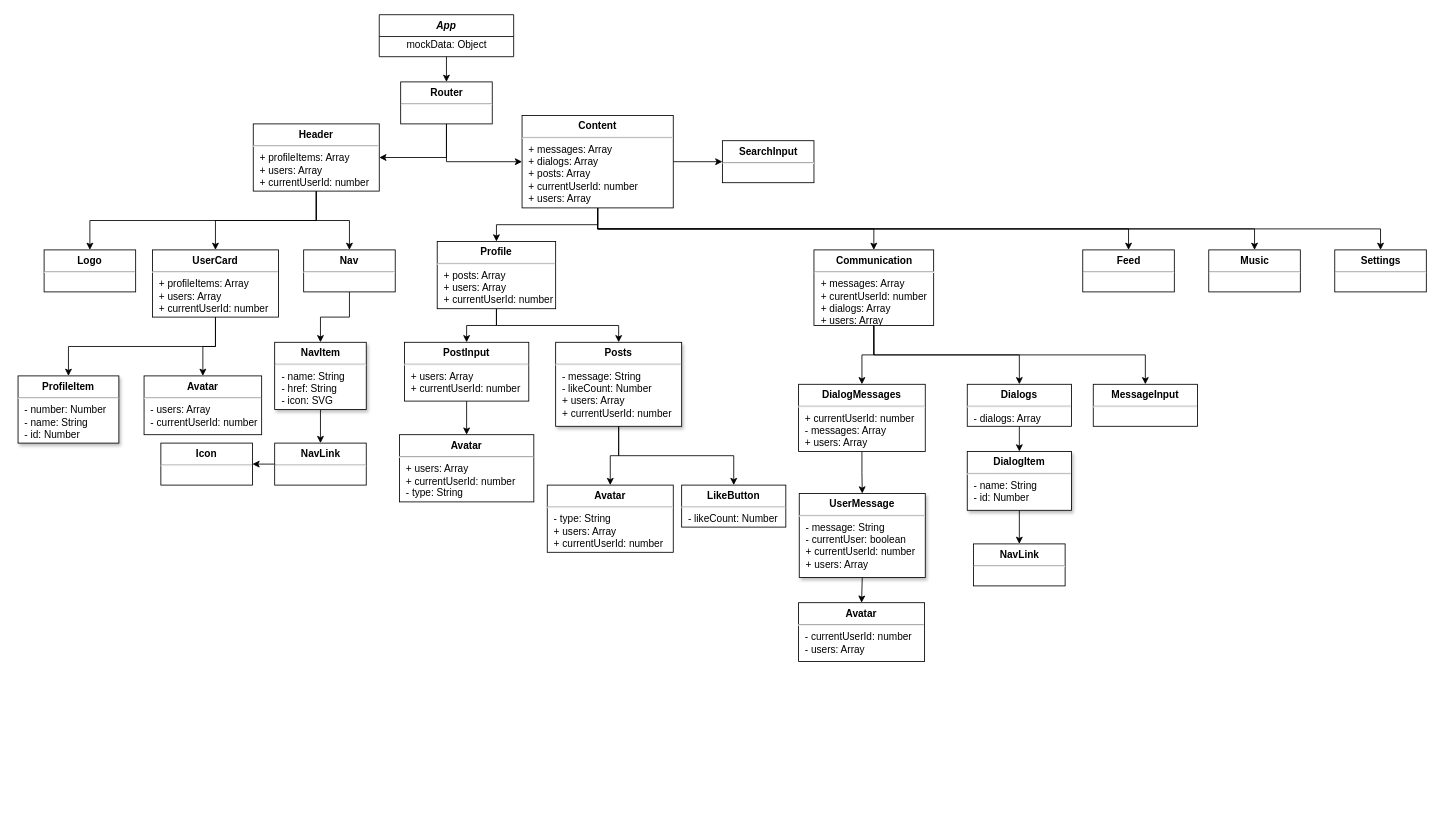
The draw.io diagram Untitled Diagram.drawio in PsarewIvan/react-challenge-itcamasutra, before the edit. Source tidied: cells renumbered, new cells numbered last; positions are measured from the earlier drawing's top-left corner, leaving out a move shared by most shapes. Both pictures are drawn from the tidied source at 84%, with x=0, y=0 at pixel (18, 14).
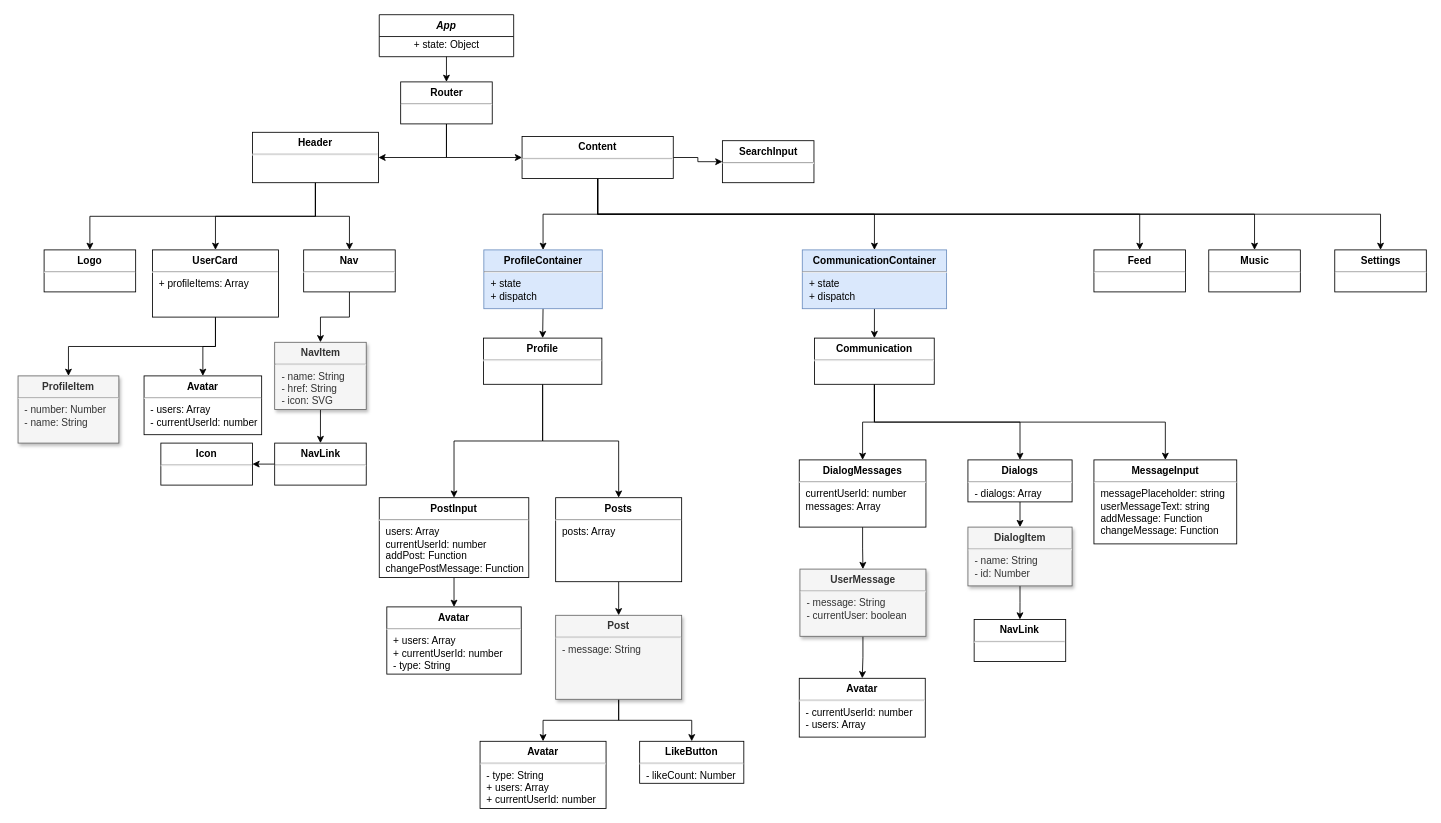
After the change.

Commit message:
Apdated props, added container

Unchanged cells that the change refers to:
```xml
<mxCell id="3" value="App" style="swimlane;fontStyle=3;align=center;verticalAlign=top;horizontal=1;startSize=26;rounded=0;shadow=0;strokeWidth=1;" parent="1" vertex="1">
  <mxGeometry x="430" width="160" height="50" as="geometry" />
</mxCell>
```

What changed in the source:
```diff
@@
-    <mxCell id="4" value="mockData: Object" style="text;html=1;align=center;verticalAlign=middle;" parent="3" vertex="1">
+    <mxCell id="4" value="+ state: Object" style="text;html=1;align=center;verticalAlign=middle;" parent="3" vertex="1">
       <mxGeometry y="26" width="160" height="20" as="geometry" />
     </mxCell>
@@
-    <mxCell id="8" value="&lt;p style=&quot;margin: 0px ; margin-top: 6px ; text-align: center&quot;&gt;&lt;b&gt;Header&lt;/b&gt;&lt;/p&gt;&lt;hr&gt;&lt;p style=&quot;margin: 0px ; margin-left: 8px&quot;&gt;+ profileItems: Array&lt;/p&gt;&lt;p style=&quot;margin: 0px 0px 0px 8px&quot;&gt;+ users: Array&lt;/p&gt;&lt;p style=&quot;margin: 0px 0px 0px 8px&quot;&gt;+ currentUserId: number&lt;/p&gt;" style="align=left;overflow=fill;html=1;" parent="1" vertex="1">
-      <mxGeometry x="280" y="130" width="150" height="80" as="geometry" />
+    <mxCell id="8" value="&lt;p style=&quot;margin: 0px ; margin-top: 6px ; text-align: center&quot;&gt;&lt;b&gt;Header&lt;/b&gt;&lt;/p&gt;&lt;hr&gt;&lt;p style=&quot;margin: 0px ; margin-left: 8px&quot;&gt;&lt;br&gt;&lt;/p&gt;" style="align=left;overflow=fill;html=1;" parent="1" vertex="1">
+      <mxGeometry x="279" y="140" width="150" height="60" as="geometry" />
     </mxCell>
@@
-    <mxCell id="13" style="edgeStyle=orthogonalEdgeStyle;rounded=0;jettySize=auto;html=1;exitX=0.5;exitY=1;exitDx=0;exitDy=0;entryX=0.5;entryY=0;entryDx=0;entryDy=0;" parent="1" edge="1" source="15" target="39">
-      <mxGeometry relative="1" as="geometry" />
-    </mxCell>
-    <mxCell id="14" style="edgeStyle=orthogonalEdgeStyle;rounded=0;jettySize=auto;html=1;exitX=0.5;exitY=1;exitDx=0;exitDy=0;entryX=0.5;entryY=0;entryDx=0;entryDy=0;" parent="1" edge="1" source="15" target="35">
-      <mxGeometry relative="1" as="geometry" />
-    </mxCell>
+    <mxCell id="62" style="edgeStyle=orthogonalEdgeStyle;rounded=0;jettySize=auto;html=1;exitX=0.5;exitY=1;exitDx=0;exitDy=0;entryX=0.5;entryY=0;entryDx=0;entryDy=0;" parent="1" edge="1" source="15" target="69">
+      <mxGeometry relative="1" as="geometry" />
+    </mxCell>
+    <mxCell id="63" style="edgeStyle=orthogonalEdgeStyle;rounded=0;jettySize=auto;html=1;exitX=0.5;exitY=1;exitDx=0;exitDy=0;entryX=0.5;entryY=0;entryDx=0;entryDy=0;" parent="1" edge="1" source="15" target="71">
+      <mxGeometry relative="1" as="geometry" />
+    </mxCell>
-    <mxCell id="15" value="&lt;p style=&quot;margin: 0px ; margin-top: 6px ; text-align: center&quot;&gt;&lt;b&gt;Content&lt;/b&gt;&lt;/p&gt;&lt;hr&gt;&lt;p style=&quot;margin: 0px ; margin-left: 8px&quot;&gt;+ messages: Array&lt;br&gt;+ dialogs: Array&lt;/p&gt;&lt;p style=&quot;margin: 0px ; margin-left: 8px&quot;&gt;+ posts: Array&lt;/p&gt;&lt;p style=&quot;margin: 0px ; margin-left: 8px&quot;&gt;+ currentUserId: number&lt;/p&gt;&lt;p style=&quot;margin: 0px ; margin-left: 8px&quot;&gt;+ users: Array&lt;/p&gt;" style="align=left;overflow=fill;html=1;" parent="1" vertex="1">
-      <mxGeometry x="600" y="120" width="180" height="110" as="geometry" />
+    <mxCell id="15" value="&lt;p style=&quot;margin: 0px ; margin-top: 6px ; text-align: center&quot;&gt;&lt;b&gt;Content&lt;/b&gt;&lt;/p&gt;&lt;hr&gt;&lt;p style=&quot;margin: 0px ; margin-left: 8px&quot;&gt;&lt;br&gt;&lt;/p&gt;" style="align=left;overflow=fill;html=1;" parent="1" vertex="1">
+      <mxGeometry x="600" y="145" width="180" height="50" as="geometry" />
     </mxCell>
@@
-    <mxCell id="19" value="&lt;p style=&quot;margin: 0px ; margin-top: 6px ; text-align: center&quot;&gt;&lt;b&gt;UserCard&lt;/b&gt;&lt;/p&gt;&lt;hr&gt;&lt;p style=&quot;margin: 0px ; margin-left: 8px&quot;&gt;+ profileItems: Array&lt;/p&gt;&lt;p style=&quot;margin: 0px 0px 0px 8px&quot;&gt;+ users: Array&lt;/p&gt;&lt;p style=&quot;margin: 0px 0px 0px 8px&quot;&gt;+ currentUserId: number&lt;/p&gt;" style="align=left;overflow=fill;html=1;" parent="1" vertex="1">
+    <mxCell id="19" value="&lt;p style=&quot;margin: 0px ; margin-top: 6px ; text-align: center&quot;&gt;&lt;b&gt;UserCard&lt;/b&gt;&lt;/p&gt;&lt;hr&gt;&lt;p style=&quot;margin: 0px ; margin-left: 8px&quot;&gt;+ profileItems: Array&lt;/p&gt;" style="align=left;overflow=fill;html=1;" parent="1" vertex="1">
       <mxGeometry x="160" y="280" width="150" height="80" as="geometry" />
     </mxCell>
@@
-    <mxCell id="22" value="&lt;p style=&quot;margin: 0px ; margin-top: 6px ; text-align: center&quot;&gt;&lt;b&gt;ProfileItem&lt;/b&gt;&lt;/p&gt;&lt;hr&gt;&lt;p style=&quot;margin: 0px ; margin-left: 8px&quot;&gt;- number: Number&lt;/p&gt;&lt;p style=&quot;margin: 0px ; margin-left: 8px&quot;&gt;- name: String&lt;/p&gt;&lt;p style=&quot;margin: 0px ; margin-left: 8px&quot;&gt;- id: Number&lt;/p&gt;" style="align=left;overflow=fill;html=1;rounded=0;glass=0;shadow=1;sketch=0;" parent="1" vertex="1">
+    <mxCell id="22" value="&lt;p style=&quot;margin: 0px ; margin-top: 6px ; text-align: center&quot;&gt;&lt;b&gt;ProfileItem&lt;/b&gt;&lt;/p&gt;&lt;hr&gt;&lt;p style=&quot;margin: 0px ; margin-left: 8px&quot;&gt;- number: Number&lt;/p&gt;&lt;p style=&quot;margin: 0px ; margin-left: 8px&quot;&gt;- name: String&lt;/p&gt;" style="align=left;overflow=fill;html=1;rounded=0;glass=0;shadow=1;sketch=0;fillColor=#f5f5f5;strokeColor=#666666;fontColor=#333333;" parent="1" vertex="1">
       <mxGeometry y="430" width="120" height="80" as="geometry" />
     </mxCell>
@@
-    <mxCell id="25" value="&lt;p style=&quot;margin: 0px ; margin-top: 6px ; text-align: center&quot;&gt;&lt;b&gt;NavItem&lt;/b&gt;&lt;/p&gt;&lt;hr&gt;&lt;p style=&quot;margin: 0px ; margin-left: 8px&quot;&gt;- name: String&lt;/p&gt;&lt;p style=&quot;margin: 0px ; margin-left: 8px&quot;&gt;- href: String&lt;/p&gt;&lt;p style=&quot;margin: 0px ; margin-left: 8px&quot;&gt;- icon: SVG&lt;/p&gt;" style="align=left;overflow=fill;html=1;shadow=1;" parent="1" vertex="1">
+    <mxCell id="25" value="&lt;p style=&quot;margin: 0px ; margin-top: 6px ; text-align: center&quot;&gt;&lt;b&gt;NavItem&lt;/b&gt;&lt;/p&gt;&lt;hr&gt;&lt;p style=&quot;margin: 0px ; margin-left: 8px&quot;&gt;- name: String&lt;/p&gt;&lt;p style=&quot;margin: 0px ; margin-left: 8px&quot;&gt;- href: String&lt;/p&gt;&lt;p style=&quot;margin: 0px ; margin-left: 8px&quot;&gt;- icon: SVG&lt;/p&gt;" style="align=left;overflow=fill;html=1;shadow=1;fillColor=#f5f5f5;strokeColor=#666666;fontColor=#333333;" parent="1" vertex="1">
       <mxGeometry x="305.5" y="390" width="109" height="80" as="geometry" />
     </mxCell>
@@
-    <mxCell id="35" value="&lt;p style=&quot;margin: 0px ; margin-top: 6px ; text-align: center&quot;&gt;&lt;b&gt;Profile&lt;/b&gt;&lt;/p&gt;&lt;hr&gt;&lt;p style=&quot;margin: 0px ; margin-left: 8px&quot;&gt;+ posts: Array&lt;/p&gt;&lt;p style=&quot;margin: 0px 0px 0px 8px&quot;&gt;+ users: Array&lt;/p&gt;&lt;p style=&quot;margin: 0px 0px 0px 8px&quot;&gt;+ currentUserId: number&lt;/p&gt;" style="align=left;overflow=fill;html=1;" parent="1" vertex="1">
-      <mxGeometry x="499" y="270" width="141" height="80" as="geometry" />
+    <mxCell id="35" value="&lt;p style=&quot;margin: 0px ; margin-top: 6px ; text-align: center&quot;&gt;&lt;b&gt;Profile&lt;/b&gt;&lt;/p&gt;&lt;hr&gt;&lt;p style=&quot;margin: 0px ; margin-left: 8px&quot;&gt;&lt;br&gt;&lt;/p&gt;" style="align=left;overflow=fill;html=1;" parent="1" vertex="1">
+      <mxGeometry x="554" y="385" width="141" height="55" as="geometry" />
     </mxCell>
@@
-    <mxCell id="39" value="&lt;p style=&quot;margin: 0px ; margin-top: 6px ; text-align: center&quot;&gt;&lt;b&gt;Communication&lt;/b&gt;&lt;/p&gt;&lt;hr&gt;&lt;p style=&quot;margin: 0px ; margin-left: 8px&quot;&gt;+ messages: Array&lt;/p&gt;&lt;p style=&quot;margin: 0px ; margin-left: 8px&quot;&gt;+ curentUserId: number&lt;br&gt;+ dialogs: Array&lt;br&gt;&lt;/p&gt;&lt;p style=&quot;margin: 0px 0px 0px 8px&quot;&gt;+ users: Array&lt;/p&gt;" style="align=left;overflow=fill;html=1;" parent="1" vertex="1">
-      <mxGeometry x="947.5" y="280" width="142.5" height="90" as="geometry" />
+    <mxCell id="39" value="&lt;p style=&quot;margin: 0px ; margin-top: 6px ; text-align: center&quot;&gt;&lt;b&gt;Communication&lt;/b&gt;&lt;/p&gt;&lt;hr&gt;&lt;p style=&quot;margin: 0px ; margin-left: 8px&quot;&gt;&lt;br&gt;&lt;/p&gt;" style="align=left;overflow=fill;html=1;" parent="1" vertex="1">
+      <mxGeometry x="948.2" y="385" width="142.5" height="55" as="geometry" />
     </mxCell>
     <mxCell id="40" value="&lt;p style=&quot;margin: 0px ; margin-top: 6px ; text-align: center&quot;&gt;&lt;b&gt;Feed&lt;/b&gt;&lt;/p&gt;&lt;hr&gt;&lt;p style=&quot;margin: 0px ; margin-left: 8px&quot;&gt;&lt;br&gt;&lt;/p&gt;" style="align=left;overflow=fill;html=1;" parent="1" vertex="1">
-      <mxGeometry x="1267.5" y="280" width="109" height="50" as="geometry" />
+      <mxGeometry x="1280.8" y="280" width="109" height="50" as="geometry" />
     </mxCell>
@@
-    <mxCell id="44" value="&lt;p style=&quot;margin: 0px ; margin-top: 6px ; text-align: center&quot;&gt;&lt;b&gt;PostInput&lt;/b&gt;&lt;/p&gt;&lt;hr&gt;&lt;p style=&quot;margin: 0px 0px 0px 8px&quot;&gt;+ users: Array&lt;/p&gt;&lt;p style=&quot;margin: 0px 0px 0px 8px&quot;&gt;+ currentUserId: number&lt;/p&gt;" style="align=left;overflow=fill;html=1;" parent="1" vertex="1">
-      <mxGeometry x="460" y="390" width="148" height="70" as="geometry" />
+    <mxCell id="44" value="&lt;p style=&quot;margin: 0px ; margin-top: 6px ; text-align: center&quot;&gt;&lt;b&gt;PostInput&lt;/b&gt;&lt;/p&gt;&lt;hr&gt;&lt;p style=&quot;margin: 0px 0px 0px 8px&quot;&gt;users: Array&lt;/p&gt;&lt;p style=&quot;margin: 0px 0px 0px 8px&quot;&gt;currentUserId: number&lt;/p&gt;&lt;p style=&quot;margin: 0px 0px 0px 8px&quot;&gt;addPost: Function&lt;/p&gt;&lt;p style=&quot;margin: 0px 0px 0px 8px&quot;&gt;changePostMessage: Function&lt;/p&gt;" style="align=left;overflow=fill;html=1;" parent="1" vertex="1">
+      <mxGeometry x="430" y="575" width="178" height="95" as="geometry" />
     </mxCell>
     <mxCell id="45" value="&lt;p style=&quot;margin: 0px ; margin-top: 6px ; text-align: center&quot;&gt;&lt;b&gt;Avatar&lt;/b&gt;&lt;/p&gt;&lt;hr&gt;&lt;p style=&quot;margin: 0px 0px 0px 8px&quot;&gt;+ users: Array&lt;/p&gt;&lt;p style=&quot;margin: 0px 0px 0px 8px&quot;&gt;+ currentUserId: number&lt;/p&gt;&lt;p style=&quot;margin: 0px 0px 0px 8px&quot;&gt;- type: String&lt;/p&gt;" style="align=left;overflow=fill;html=1;" parent="1" vertex="1">
-      <mxGeometry x="454" y="500" width="160" height="80" as="geometry" />
+      <mxGeometry x="439" y="705" width="160" height="80" as="geometry" />
     </mxCell>
-    <mxCell id="46" style="edgeStyle=orthogonalEdgeStyle;rounded=0;jettySize=auto;html=1;exitX=0.5;exitY=1;exitDx=0;exitDy=0;entryX=0.5;entryY=0;entryDx=0;entryDy=0;" parent="1" edge="1" source="48" target="49">
-      <mxGeometry relative="1" as="geometry" />
-    </mxCell>
-    <mxCell id="47" style="edgeStyle=orthogonalEdgeStyle;rounded=0;jettySize=auto;html=1;exitX=0.5;exitY=1;exitDx=0;exitDy=0;entryX=0.5;entryY=0;entryDx=0;entryDy=0;" parent="1" edge="1" source="48" target="50">
-      <mxGeometry relative="1" as="geometry" />
-    </mxCell>
+    <mxCell id="64" style="edgeStyle=orthogonalEdgeStyle;rounded=0;jettySize=auto;html=1;exitX=0.5;exitY=1;exitDx=0;exitDy=0;entryX=0.5;entryY=0;entryDx=0;entryDy=0;" parent="1" edge="1" source="48" target="67">
+      <mxGeometry relative="1" as="geometry" />
+    </mxCell>
-    <mxCell id="48" value="&lt;p style=&quot;margin: 0px ; margin-top: 6px ; text-align: center&quot;&gt;&lt;b&gt;Posts&lt;/b&gt;&lt;/p&gt;&lt;hr&gt;&lt;p style=&quot;margin: 0px ; margin-left: 8px&quot;&gt;- message: String&lt;/p&gt;&lt;p style=&quot;margin: 0px ; margin-left: 8px&quot;&gt;- likeCount: Number&lt;/p&gt;&lt;p style=&quot;margin: 0px 0px 0px 8px&quot;&gt;+ users: Array&lt;/p&gt;&lt;p style=&quot;margin: 0px 0px 0px 8px&quot;&gt;+ currentUserId: number&lt;/p&gt;" style="align=left;overflow=fill;html=1;shadow=1;" parent="1" vertex="1">
-      <mxGeometry x="640" y="390" width="150" height="100" as="geometry" />
+    <mxCell id="48" value="&lt;p style=&quot;margin: 0px ; margin-top: 6px ; text-align: center&quot;&gt;&lt;b&gt;Posts&lt;/b&gt;&lt;/p&gt;&lt;hr&gt;&lt;p style=&quot;margin: 0px ; margin-left: 8px&quot;&gt;posts: Array&lt;/p&gt;" style="align=left;overflow=fill;html=1;shadow=0;" parent="1" vertex="1">
+      <mxGeometry x="640" y="575" width="150" height="100" as="geometry" />
     </mxCell>
     <mxCell id="49" value="&lt;p style=&quot;margin: 0px ; margin-top: 6px ; text-align: center&quot;&gt;&lt;b&gt;Avatar&lt;/b&gt;&lt;/p&gt;&lt;hr&gt;&lt;p style=&quot;margin: 0px ; margin-left: 8px&quot;&gt;- type: String&lt;/p&gt;&lt;p style=&quot;margin: 0px 0px 0px 8px&quot;&gt;+ users: Array&lt;/p&gt;&lt;p style=&quot;margin: 0px 0px 0px 8px&quot;&gt;+ currentUserId: number&lt;/p&gt;" style="align=left;overflow=fill;html=1;" parent="1" vertex="1">
-      <mxGeometry x="630" y="560" width="150" height="80" as="geometry" />
+      <mxGeometry x="550" y="865" width="150" height="80" as="geometry" />
     </mxCell>
     <mxCell id="50" value="&lt;p style=&quot;margin: 0px ; margin-top: 6px ; text-align: center&quot;&gt;&lt;b&gt;LikeButton&lt;/b&gt;&lt;/p&gt;&lt;hr&gt;&lt;p style=&quot;margin: 0px ; margin-left: 8px&quot;&gt;- likeCount: Number&lt;/p&gt;" style="align=left;overflow=fill;html=1;" parent="1" vertex="1">
-      <mxGeometry x="790" y="560" width="124" height="50" as="geometry" />
+      <mxGeometry x="740" y="865" width="124" height="50" as="geometry" />
     </mxCell>
@@
-    <mxCell id="52" value="&lt;p style=&quot;margin: 0px ; margin-top: 6px ; text-align: center&quot;&gt;&lt;b&gt;DialogMessages&lt;/b&gt;&lt;/p&gt;&lt;hr&gt;&lt;p style=&quot;margin: 0px ; margin-left: 8px&quot;&gt;+ currentUserId: number&lt;/p&gt;&lt;p style=&quot;margin: 0px ; margin-left: 8px&quot;&gt;- messages: Array&lt;/p&gt;&lt;p style=&quot;margin: 0px 0px 0px 8px&quot;&gt;+ users: Array&lt;/p&gt;" style="align=left;overflow=fill;html=1;" parent="1" vertex="1">
-      <mxGeometry x="929.2" y="440" width="150.8" height="80" as="geometry" />
+    <mxCell id="52" value="&lt;p style=&quot;margin: 0px ; margin-top: 6px ; text-align: center&quot;&gt;&lt;b&gt;DialogMessages&lt;/b&gt;&lt;/p&gt;&lt;hr&gt;&lt;p style=&quot;margin: 0px ; margin-left: 8px&quot;&gt;currentUserId: number&lt;/p&gt;&lt;p style=&quot;margin: 0px ; margin-left: 8px&quot;&gt;messages: Array&lt;/p&gt;" style="align=left;overflow=fill;html=1;" parent="1" vertex="1">
+      <mxGeometry x="930" y="530" width="150.8" height="80" as="geometry" />
     </mxCell>
@@
     <mxCell id="54" value="&lt;p style=&quot;margin: 0px ; margin-top: 6px ; text-align: center&quot;&gt;&lt;b&gt;Dialogs&lt;/b&gt;&lt;/p&gt;&lt;hr&gt;&lt;p style=&quot;margin: 0px ; margin-left: 8px&quot;&gt;- dialogs: Array&lt;/p&gt;" style="align=left;overflow=fill;html=1;" parent="1" vertex="1">
-      <mxGeometry x="1130" y="440" width="124" height="50" as="geometry" />
+      <mxGeometry x="1130.8" y="530" width="124" height="50" as="geometry" />
     </mxCell>
@@
-    <mxCell id="56" value="&lt;p style=&quot;margin: 0px ; margin-top: 6px ; text-align: center&quot;&gt;&lt;b&gt;UserMessage&lt;/b&gt;&lt;/p&gt;&lt;hr&gt;&lt;p style=&quot;margin: 0px ; margin-left: 8px&quot;&gt;- message: String&lt;/p&gt;&lt;p style=&quot;margin: 0px ; margin-left: 8px&quot;&gt;- currentUser: boolean&lt;/p&gt;&lt;p style=&quot;margin: 0px ; margin-left: 8px&quot;&gt;+ currentUserId: number&lt;/p&gt;&lt;p style=&quot;margin: 0px 0px 0px 8px&quot;&gt;+ users: Array&lt;/p&gt;" style="align=left;overflow=fill;html=1;shadow=1;" parent="1" vertex="1">
-      <mxGeometry x="930" y="570" width="150" height="100" as="geometry" />
+    <mxCell id="56" value="&lt;p style=&quot;margin: 0px ; margin-top: 6px ; text-align: center&quot;&gt;&lt;b&gt;UserMessage&lt;/b&gt;&lt;/p&gt;&lt;hr&gt;&lt;p style=&quot;margin: 0px ; margin-left: 8px&quot;&gt;- message: String&lt;/p&gt;&lt;p style=&quot;margin: 0px ; margin-left: 8px&quot;&gt;- currentUser: boolean&lt;/p&gt;" style="align=left;overflow=fill;html=1;shadow=1;fillColor=#f5f5f5;strokeColor=#666666;fontColor=#333333;" parent="1" vertex="1">
+      <mxGeometry x="930.8" y="660" width="150" height="80" as="geometry" />
     </mxCell>
@@
-    <mxCell id="58" value="&lt;p style=&quot;margin: 0px ; margin-top: 6px ; text-align: center&quot;&gt;&lt;b&gt;DialogItem&lt;/b&gt;&lt;/p&gt;&lt;hr&gt;&lt;p style=&quot;margin: 0px ; margin-left: 8px&quot;&gt;- name: String&lt;/p&gt;&lt;p style=&quot;margin: 0px ; margin-left: 8px&quot;&gt;- id: Number&lt;/p&gt;" style="align=left;overflow=fill;html=1;shadow=1;" parent="1" vertex="1">
-      <mxGeometry x="1130" y="520" width="124" height="70" as="geometry" />
+    <mxCell id="58" value="&lt;p style=&quot;margin: 0px ; margin-top: 6px ; text-align: center&quot;&gt;&lt;b&gt;DialogItem&lt;/b&gt;&lt;/p&gt;&lt;hr&gt;&lt;p style=&quot;margin: 0px ; margin-left: 8px&quot;&gt;- name: String&lt;/p&gt;&lt;p style=&quot;margin: 0px ; margin-left: 8px&quot;&gt;- id: Number&lt;/p&gt;" style="align=left;overflow=fill;html=1;shadow=1;fillColor=#f5f5f5;strokeColor=#666666;fontColor=#333333;" parent="1" vertex="1">
+      <mxGeometry x="1130.8" y="610" width="124" height="70" as="geometry" />
     </mxCell>
     <mxCell id="59" value="&lt;p style=&quot;margin: 0px ; margin-top: 6px ; text-align: center&quot;&gt;&lt;b&gt;NavLink&lt;/b&gt;&lt;/p&gt;&lt;hr&gt;&lt;p style=&quot;margin: 0px ; margin-left: 8px&quot;&gt;&lt;br&gt;&lt;/p&gt;" style="align=left;overflow=fill;html=1;shadow=0;" parent="1" vertex="1">
-      <mxGeometry x="1137.5" y="630" width="109" height="50" as="geometry" />
+      <mxGeometry x="1138.2" y="720" width="109" height="50" as="geometry" />
     </mxCell>
     <mxCell id="60" value="&lt;p style=&quot;margin: 0px ; margin-top: 6px ; text-align: center&quot;&gt;&lt;b&gt;Avatar&lt;/b&gt;&lt;/p&gt;&lt;hr&gt;&lt;p style=&quot;margin: 0px ; margin-left: 8px&quot;&gt;- currentUserId: number&lt;/p&gt;&lt;p style=&quot;margin: 0px ; margin-left: 8px&quot;&gt;- users: Array&lt;/p&gt;" style="align=left;overflow=fill;html=1;" parent="1" vertex="1">
-      <mxGeometry x="929.2" y="700" width="150" height="70" as="geometry" />
+      <mxGeometry x="930" y="790" width="150" height="70" as="geometry" />
     </mxCell>
-    <mxCell id="61" value="&lt;p style=&quot;margin: 0px ; margin-top: 6px ; text-align: center&quot;&gt;&lt;b&gt;MessageInput&lt;/b&gt;&lt;/p&gt;&lt;hr&gt;&lt;p style=&quot;margin: 0px ; margin-left: 8px&quot;&gt;&lt;br&gt;&lt;/p&gt;" style="align=left;overflow=fill;html=1;" parent="1" vertex="1">
-      <mxGeometry x="1280" y="440" width="124" height="50" as="geometry" />
+    <mxCell id="61" value="&lt;p style=&quot;margin: 0px ; margin-top: 6px ; text-align: center&quot;&gt;&lt;b&gt;MessageInput&lt;/b&gt;&lt;/p&gt;&lt;hr&gt;&lt;p style=&quot;margin: 0px ; margin-left: 8px&quot;&gt;messagePlaceholder: string&lt;/p&gt;&lt;p style=&quot;margin: 0px ; margin-left: 8px&quot;&gt;userMessageText: string&lt;/p&gt;&lt;p style=&quot;margin: 0px ; margin-left: 8px&quot;&gt;addMessage: Function&lt;/p&gt;&lt;p style=&quot;margin: 0px ; margin-left: 8px&quot;&gt;changeMessage: Function&lt;/p&gt;" style="align=left;overflow=fill;html=1;" parent="1" vertex="1">
+      <mxGeometry x="1280.8" y="530" width="170" height="100" as="geometry" />
     </mxCell>
+    <mxCell id="65" style="edgeStyle=orthogonalEdgeStyle;rounded=0;jettySize=auto;html=1;exitX=0.5;exitY=1;exitDx=0;exitDy=0;entryX=0.5;entryY=0;entryDx=0;entryDy=0;" parent="1" edge="1" source="67" target="49">
+      <mxGeometry relative="1" as="geometry" />
+    </mxCell>
+    <mxCell id="66" style="edgeStyle=orthogonalEdgeStyle;rounded=0;jettySize=auto;html=1;exitX=0.5;exitY=1;exitDx=0;exitDy=0;entryX=0.5;entryY=0;entryDx=0;entryDy=0;" parent="1" edge="1" source="67" target="50">
+      <mxGeometry relative="1" as="geometry" />
+    </mxCell>
+    <mxCell id="67" value="&lt;p style=&quot;margin: 0px ; margin-top: 6px ; text-align: center&quot;&gt;&lt;b&gt;Post&lt;/b&gt;&lt;/p&gt;&lt;hr&gt;&lt;p style=&quot;margin: 0px ; margin-left: 8px&quot;&gt;- message: String&lt;/p&gt;" style="align=left;overflow=fill;html=1;shadow=1;fillColor=#f5f5f5;strokeColor=#666666;fontColor=#333333;" parent="1" vertex="1">
+      <mxGeometry x="640" y="715" width="150" height="100" as="geometry" />
+    </mxCell>
+    <mxCell id="68" style="edgeStyle=orthogonalEdgeStyle;rounded=0;jettySize=auto;html=1;exitX=0.5;exitY=1;exitDx=0;exitDy=0;entryX=0.5;entryY=0;entryDx=0;entryDy=0;" parent="1" edge="1" source="69" target="39">
+      <mxGeometry relative="1" as="geometry" />
+    </mxCell>
+    <mxCell id="69" value="&lt;p style=&quot;margin: 0px ; margin-top: 6px ; text-align: center&quot;&gt;&lt;b&gt;CommunicationContainer&lt;/b&gt;&lt;/p&gt;&lt;hr&gt;&lt;p style=&quot;margin: 0px ; margin-left: 8px&quot;&gt;+ state&lt;/p&gt;&lt;p style=&quot;margin: 0px ; margin-left: 8px&quot;&gt;+ dispatch&lt;/p&gt;" style="align=left;overflow=fill;html=1;fillColor=#dae8fc;strokeColor=#6c8ebf;" parent="1" vertex="1">
+      <mxGeometry x="933.6" y="280" width="171.8" height="70" as="geometry" />
+    </mxCell>
+    <mxCell id="70" style="edgeStyle=orthogonalEdgeStyle;rounded=0;jettySize=auto;html=1;exitX=0.5;exitY=1;exitDx=0;exitDy=0;entryX=0.5;entryY=0;entryDx=0;entryDy=0;" parent="1" edge="1" source="71" target="35">
+      <mxGeometry relative="1" as="geometry" />
+    </mxCell>
+    <mxCell id="71" value="&lt;p style=&quot;margin: 0px ; margin-top: 6px ; text-align: center&quot;&gt;&lt;b&gt;ProfileContainer&lt;/b&gt;&lt;/p&gt;&lt;hr&gt;&lt;p style=&quot;margin: 0px ; margin-left: 8px&quot;&gt;+ state&lt;/p&gt;&lt;p style=&quot;margin: 0px ; margin-left: 8px&quot;&gt;+ dispatch&lt;/p&gt;" style="align=left;overflow=fill;html=1;fillColor=#dae8fc;strokeColor=#6c8ebf;" parent="1" vertex="1">
+      <mxGeometry x="554.5" y="280" width="141" height="70" as="geometry" />
+    </mxCell>
```
